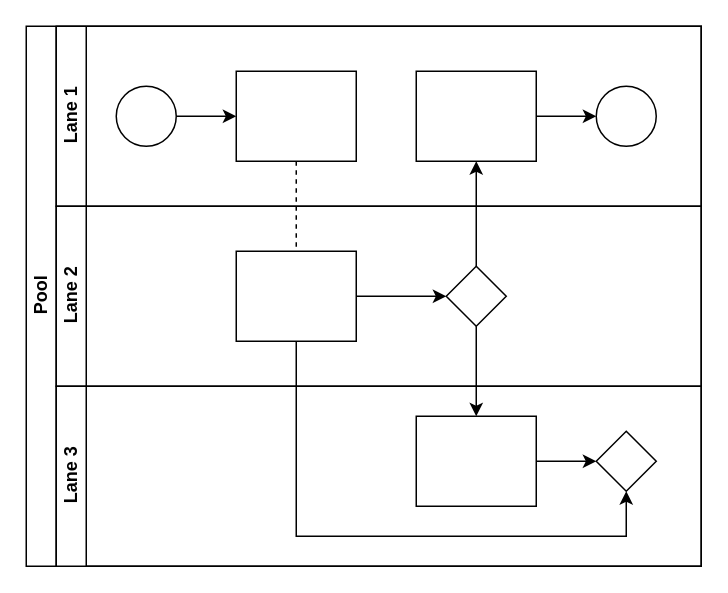
Above: Untitled Diagram.drawio in avnc/homekit_led_string (draw.io), before the change. Source tidied: cells renumbered, new cells numbered last; positions are measured from the earlier drawing's top-left corner, leaving out a move shared by most shapes. Both pictures are drawn from the tidied source at 150%, with x=0, y=0 at pixel (26, 26).
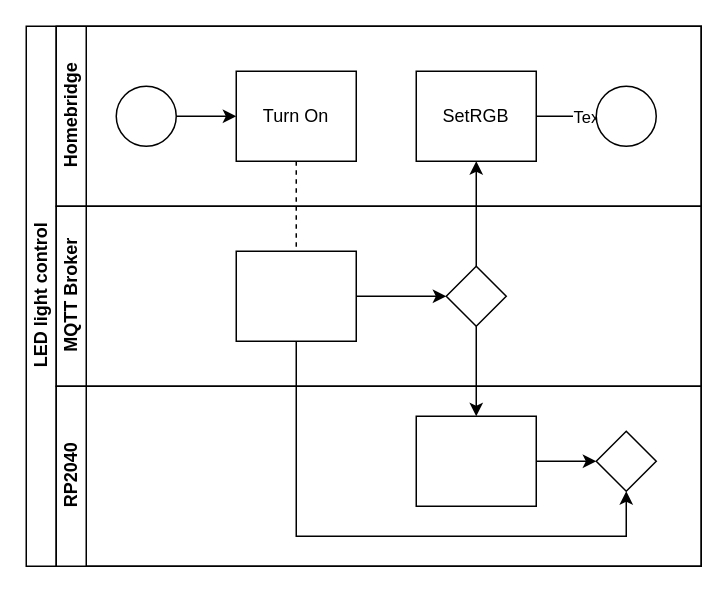
Above is the later version.

Unchanged cells that the change refers to:
```xml
<mxCell id="11" style="edgeStyle=orthogonalEdgeStyle;rounded=0;jettySize=auto;html=1;endArrow=classic;endFill=1;" parent="7" edge="1" source="12" target="13">
  <mxGeometry relative="1" as="geometry" />
</mxCell>
```

What changed in the source:
```diff
@@
-    <mxCell id="2" value="Pool" style="swimlane;html=1;horizontal=0;startSize=20;" parent="1" vertex="1">
+    <mxCell id="2" value="LED light control" style="swimlane;html=1;horizontal=0;startSize=20;" parent="1" vertex="1">
       <mxGeometry width="450" height="360" as="geometry" />
     </mxCell>
@@
-    <mxCell id="7" value="Lane 1" style="swimlane;html=1;startSize=20;horizontal=0;" parent="2" vertex="1">
+    <mxCell id="7" value="Homebridge" style="swimlane;html=1;startSize=20;horizontal=0;" parent="2" vertex="1">
       <mxGeometry x="20" width="430" height="120" as="geometry" />
     </mxCell>
@@
-    <mxCell id="10" style="rounded=0;whiteSpace=wrap;html=1;fontFamily=Helvetica;fontSize=12;fontColor=#000000;align=center;" parent="7" vertex="1">
+    <mxCell id="10" value="Turn On" style="rounded=0;whiteSpace=wrap;html=1;fontFamily=Helvetica;fontSize=12;fontColor=#000000;align=center;" parent="7" vertex="1">
       <mxGeometry x="120" y="30" width="80" height="60" as="geometry" />
     </mxCell>
@@
+    <mxCell id="22" value="Text" style="edgeLabel;html=1;align=center;verticalAlign=middle;" parent="11" vertex="1">
+      <mxGeometry x="0.7" relative="1" as="geometry" />
+    </mxCell>
-    <mxCell id="12" style="rounded=0;whiteSpace=wrap;html=1;fontFamily=Helvetica;fontSize=12;fontColor=#000000;align=center;" parent="7" vertex="1">
+    <mxCell id="12" value="SetRGB" style="rounded=0;whiteSpace=wrap;html=1;fontFamily=Helvetica;fontSize=12;fontColor=#000000;align=center;" parent="7" vertex="1">
       <mxGeometry x="240" y="30" width="80" height="60" as="geometry" />
     </mxCell>
@@
-    <mxCell id="14" value="Lane 2" style="swimlane;html=1;startSize=20;horizontal=0;" parent="2" vertex="1">
+    <mxCell id="14" value="MQTT Broker" style="swimlane;html=1;startSize=20;horizontal=0;" parent="2" vertex="1">
       <mxGeometry x="20" y="120" width="430" height="120" as="geometry" />
     </mxCell>
@@
-    <mxCell id="18" value="Lane 3" style="swimlane;html=1;startSize=20;horizontal=0;" parent="2" vertex="1">
+    <mxCell id="18" value="RP2040" style="swimlane;html=1;startSize=20;horizontal=0;" parent="2" vertex="1">
       <mxGeometry x="20" y="240" width="430" height="120" as="geometry" />
     </mxCell>
```
